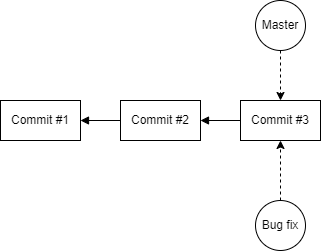
The draw.io diagram Assets/images/git-branch-new.png in braboj/tutorial-git, before a commit. Source tidied: cells renumbered, new cells last; positions are measured from the earlier drawing's top-left corner, leaving out a move shared by most shapes.
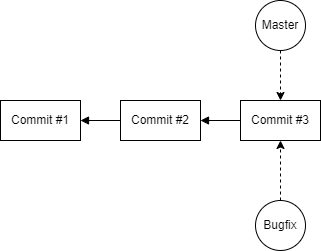
After the change.

Diff of the diagram source:
```diff
@@ -28,7 +28,7 @@
         <mxPoint x="280" y="140" as="targetPoint" />
       </mxGeometry>
     </mxCell>
-    <mxCell id="10" value="Bug fix" style="ellipse;whiteSpace=wrap;html=1;" parent="1" vertex="1">
+    <mxCell id="10" value="Bugfix" style="ellipse;whiteSpace=wrap;html=1;" parent="1" vertex="1">
       <mxGeometry x="255" y="200" width="50" height="50" as="geometry" />
     </mxCell>
   </root>
```
